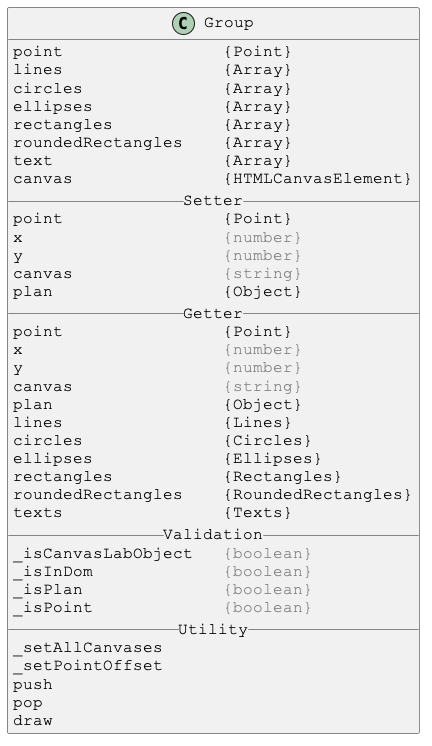
Before: docs/PlantUml/image/Group.png, a diagram exported from PlantUML (Justin-Byrne/canvasLab).
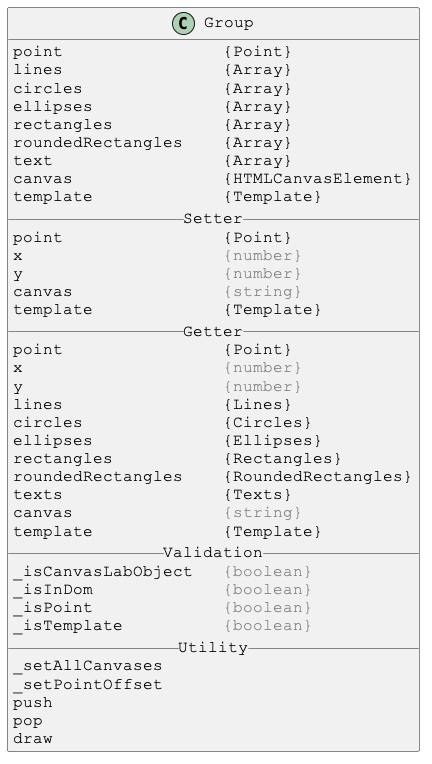
Above is the later version.

Diff of the diagram source:
```diff
@@ -12,29 +12,30 @@
 roundedRectangles    {Array}
 text                 {Array}
 canvas               {HTMLCanvasElement}
+template             {Template}
 __ Setter __
 point                {Point}
 x                    <color:gray>{number}</color>
 y                    <color:gray>{number}</color>
 canvas               <color:gray>{string}</color>
-plan                 {Object}
+template             {Template}
 __ Getter __
 point                {Point}
 x                    <color:gray>{number}</color>
 y                    <color:gray>{number}</color>
-canvas               <color:gray>{string}</color>
-plan                 {Object}
 lines                {Lines}
 circles              {Circles}
 ellipses             {Ellipses}
 rectangles           {Rectangles}
 roundedRectangles    {RoundedRectangles}
 texts                {Texts}
+canvas               <color:gray>{string}</color>
+template             {Template}
 __ Validation __
 _isCanvasLabObject   <color:gray>{boolean}</color>
 _isInDom             <color:gray>{boolean}</color>
-_isPlan              <color:gray>{boolean}</color>
 _isPoint             <color:gray>{boolean}</color>
+_isTemplate          <color:gray>{boolean}</color>
 __ Utility __
 _setAllCanvases
 _setPointOffset
```
